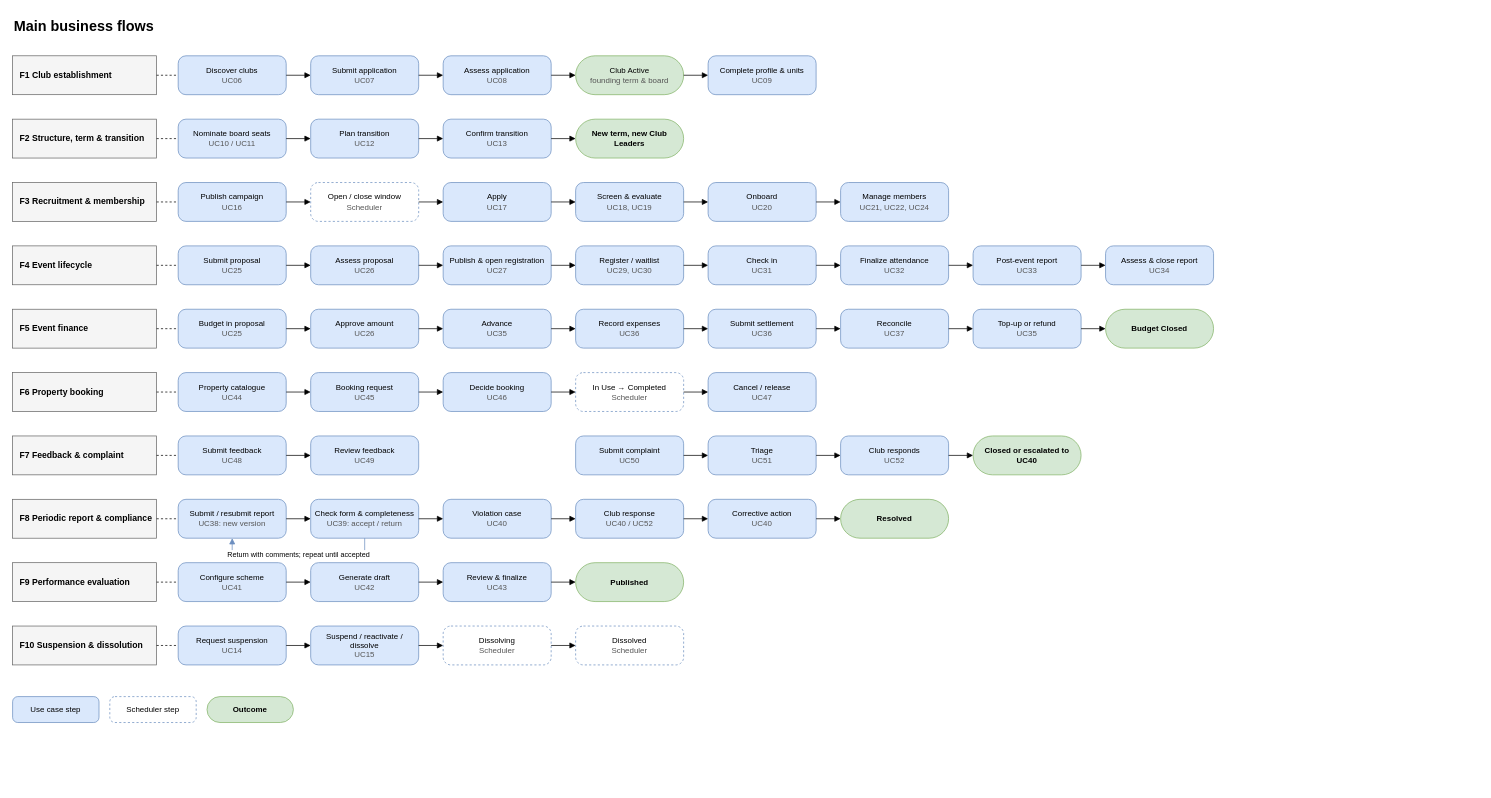
Earlier version of the draw.io diagram page "Main business flows" (2 of 2) of docs/03-diagrams/UCMS_Organization_and_Flows.drawio (nvdekay/ClubManagementSystem). Source tidied: cells renumbered, new cells numbered last; positions are measured from the earlier drawing's top-left corner, leaving out a move shared by most shapes. Both pictures are drawn from the tidied source at 72%, with x=0, y=0 at pixel (12, 12).
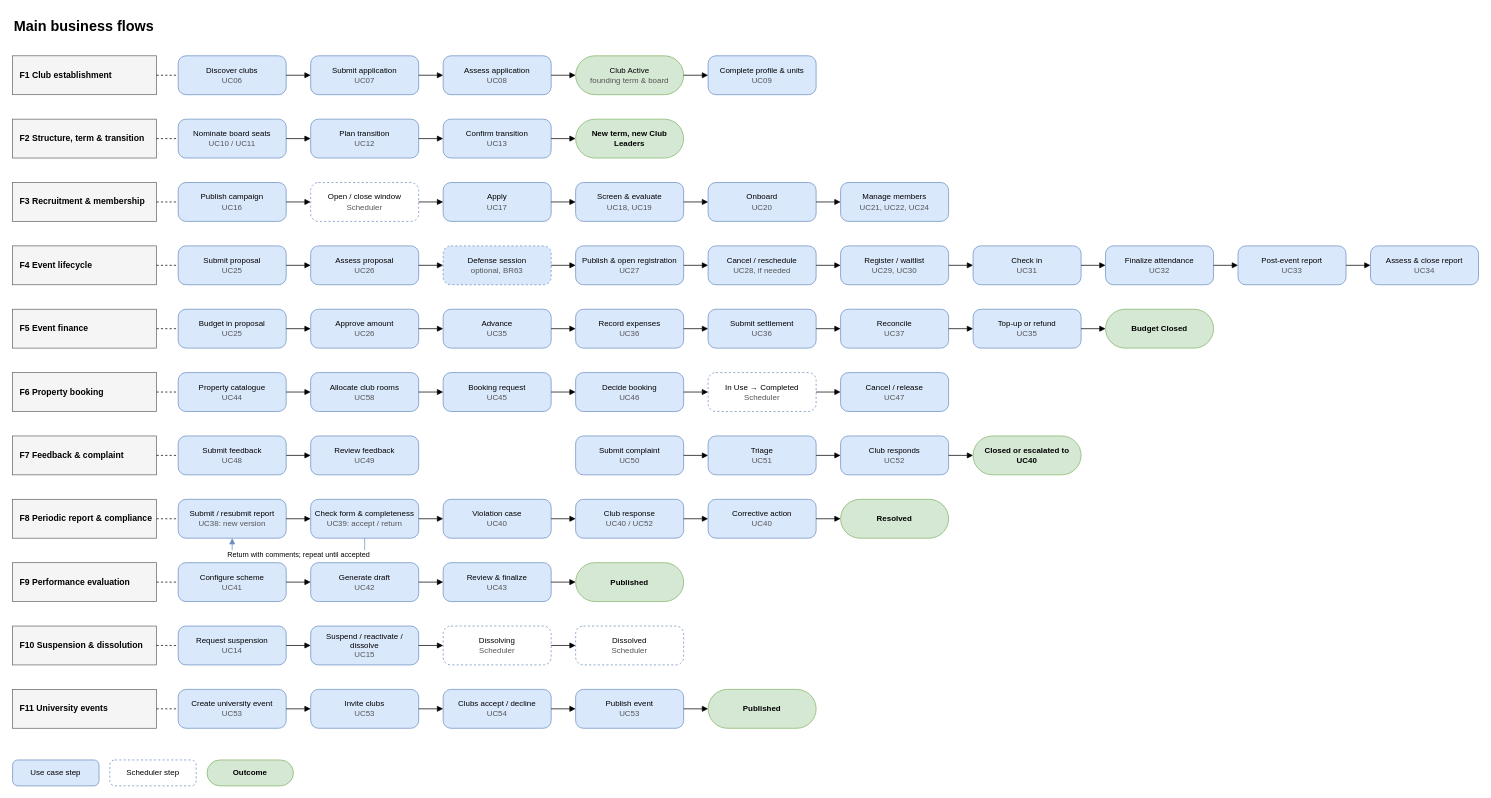
Above is the later version.

Unchanged cells that the change refers to:
```xml
<mxCell id="39" value="Assess proposal&lt;br&gt;&lt;font color=&quot;#555555&quot;&gt;UC26&lt;/font&gt;" style="rounded=1;arcSize=20;whiteSpace=wrap;html=1;fillColor=#dae8fc;strokeColor=#6c8ebf;fontSize=11;" parent="1" vertex="1">
  <mxGeometry x="414" y="324" width="150" height="54" as="geometry" />
</mxCell>
<mxCell id="71" value="Property catalogue&lt;br&gt;&lt;font color=&quot;#555555&quot;&gt;UC44&lt;/font&gt;" style="rounded=1;arcSize=20;whiteSpace=wrap;html=1;fillColor=#dae8fc;strokeColor=#6c8ebf;fontSize=11;" parent="1" vertex="1">
  <mxGeometry x="230" y="500" width="150" height="54" as="geometry" />
</mxCell>
```

What changed in the source:
```diff
@@
     <mxCell id="41" value="Publish &amp; open registration&lt;br&gt;&lt;font color=&quot;#555555&quot;&gt;UC27&lt;/font&gt;" style="rounded=1;arcSize=20;whiteSpace=wrap;html=1;fillColor=#dae8fc;strokeColor=#6c8ebf;fontSize=11;" parent="1" vertex="1">
-      <mxGeometry x="598" y="324" width="150" height="54" as="geometry" />
+      <mxGeometry x="782" y="324" width="150" height="54" as="geometry" />
     </mxCell>
-    <mxCell id="42" style="endArrow=block;endFill=1;html=1;rounded=0;fontSize=11;labelBackgroundColor=#ffffff;" parent="1" edge="1" source="39" target="41">
+    <mxCell id="42" style="endArrow=block;endFill=1;html=1;rounded=0;fontSize=11;labelBackgroundColor=#ffffff;" parent="1" edge="1" source="39" target="128">
       <mxGeometry relative="1" as="geometry" />
     </mxCell>
     <mxCell id="43" value="Register / waitlist&lt;br&gt;&lt;font color=&quot;#555555&quot;&gt;UC29, UC30&lt;/font&gt;" style="rounded=1;arcSize=20;whiteSpace=wrap;html=1;fillColor=#dae8fc;strokeColor=#6c8ebf;fontSize=11;" parent="1" vertex="1">
-      <mxGeometry x="782" y="324" width="150" height="54" as="geometry" />
+      <mxGeometry x="1150" y="324" width="150" height="54" as="geometry" />
     </mxCell>
-    <mxCell id="44" style="endArrow=block;endFill=1;html=1;rounded=0;fontSize=11;labelBackgroundColor=#ffffff;" parent="1" edge="1" source="41" target="43">
+    <mxCell id="44" style="endArrow=block;endFill=1;html=1;rounded=0;fontSize=11;labelBackgroundColor=#ffffff;" parent="1" edge="1" source="41" target="129">
       <mxGeometry relative="1" as="geometry" />
     </mxCell>
     <mxCell id="45" value="Check in&lt;br&gt;&lt;font color=&quot;#555555&quot;&gt;UC31&lt;/font&gt;" style="rounded=1;arcSize=20;whiteSpace=wrap;html=1;fillColor=#dae8fc;strokeColor=#6c8ebf;fontSize=11;" parent="1" vertex="1">
-      <mxGeometry x="966" y="324" width="150" height="54" as="geometry" />
+      <mxGeometry x="1334" y="324" width="150" height="54" as="geometry" />
     </mxCell>
@@
     <mxCell id="47" value="Finalize attendance&lt;br&gt;&lt;font color=&quot;#555555&quot;&gt;UC32&lt;/font&gt;" style="rounded=1;arcSize=20;whiteSpace=wrap;html=1;fillColor=#dae8fc;strokeColor=#6c8ebf;fontSize=11;" parent="1" vertex="1">
-      <mxGeometry x="1150" y="324" width="150" height="54" as="geometry" />
+      <mxGeometry x="1518" y="324" width="150" height="54" as="geometry" />
     </mxCell>
@@
     <mxCell id="49" value="Post-event report&lt;br&gt;&lt;font color=&quot;#555555&quot;&gt;UC33&lt;/font&gt;" style="rounded=1;arcSize=20;whiteSpace=wrap;html=1;fillColor=#dae8fc;strokeColor=#6c8ebf;fontSize=11;" parent="1" vertex="1">
-      <mxGeometry x="1334" y="324" width="150" height="54" as="geometry" />
+      <mxGeometry x="1702" y="324" width="150" height="54" as="geometry" />
     </mxCell>
@@
     <mxCell id="51" value="Assess &amp; close report&lt;br&gt;&lt;font color=&quot;#555555&quot;&gt;UC34&lt;/font&gt;" style="rounded=1;arcSize=20;whiteSpace=wrap;html=1;fillColor=#dae8fc;strokeColor=#6c8ebf;fontSize=11;" parent="1" vertex="1">
-      <mxGeometry x="1518" y="324" width="150" height="54" as="geometry" />
+      <mxGeometry x="1886" y="324" width="150" height="54" as="geometry" />
     </mxCell>
@@
     <mxCell id="73" value="Booking request&lt;br&gt;&lt;font color=&quot;#555555&quot;&gt;UC45&lt;/font&gt;" style="rounded=1;arcSize=20;whiteSpace=wrap;html=1;fillColor=#dae8fc;strokeColor=#6c8ebf;fontSize=11;" parent="1" vertex="1">
-      <mxGeometry x="414" y="500" width="150" height="54" as="geometry" />
+      <mxGeometry x="598" y="500" width="150" height="54" as="geometry" />
     </mxCell>
-    <mxCell id="74" style="endArrow=block;endFill=1;html=1;rounded=0;fontSize=11;labelBackgroundColor=#ffffff;" parent="1" edge="1" source="71" target="73">
+    <mxCell id="74" style="endArrow=block;endFill=1;html=1;rounded=0;fontSize=11;labelBackgroundColor=#ffffff;" parent="1" edge="1" source="71" target="132">
       <mxGeometry relative="1" as="geometry" />
     </mxCell>
     <mxCell id="75" value="Decide booking&lt;br&gt;&lt;font color=&quot;#555555&quot;&gt;UC46&lt;/font&gt;" style="rounded=1;arcSize=20;whiteSpace=wrap;html=1;fillColor=#dae8fc;strokeColor=#6c8ebf;fontSize=11;" parent="1" vertex="1">
-      <mxGeometry x="598" y="500" width="150" height="54" as="geometry" />
+      <mxGeometry x="782" y="500" width="150" height="54" as="geometry" />
     </mxCell>
@@
     <mxCell id="77" value="In Use → Completed&lt;br&gt;&lt;font color=&quot;#555555&quot;&gt;Scheduler&lt;/font&gt;" style="rounded=1;arcSize=20;whiteSpace=wrap;html=1;fillColor=#ffffff;strokeColor=#6c8ebf;dashed=1;fontSize=11;" parent="1" vertex="1">
-      <mxGeometry x="782" y="500" width="150" height="54" as="geometry" />
+      <mxGeometry x="966" y="500" width="150" height="54" as="geometry" />
     </mxCell>
@@
     <mxCell id="79" value="Cancel / release&lt;br&gt;&lt;font color=&quot;#555555&quot;&gt;UC47&lt;/font&gt;" style="rounded=1;arcSize=20;whiteSpace=wrap;html=1;fillColor=#dae8fc;strokeColor=#6c8ebf;fontSize=11;" parent="1" vertex="1">
-      <mxGeometry x="966" y="500" width="150" height="54" as="geometry" />
+      <mxGeometry x="1150" y="500" width="150" height="54" as="geometry" />
     </mxCell>
@@
+    <mxCell id="128" value="Defense session&lt;br&gt;&lt;font color=&quot;#555555&quot;&gt;optional, BR63&lt;/font&gt;" style="rounded=1;arcSize=20;whiteSpace=wrap;html=1;fillColor=#dae8fc;strokeColor=#6c8ebf;fontSize=11;dashed=1;" parent="1" vertex="1">
+      <mxGeometry x="598" y="324" width="150" height="54" as="geometry" />
+    </mxCell>
+    <mxCell id="129" value="Cancel / reschedule&lt;br&gt;&lt;font color=&quot;#555555&quot;&gt;UC28, if needed&lt;/font&gt;" style="rounded=1;arcSize=20;whiteSpace=wrap;html=1;fillColor=#dae8fc;strokeColor=#6c8ebf;fontSize=11;" parent="1" vertex="1">
+      <mxGeometry x="966" y="324" width="150" height="54" as="geometry" />
+    </mxCell>
+    <mxCell id="130" style="endArrow=block;endFill=1;html=1;rounded=0;fontSize=11;labelBackgroundColor=#ffffff;" parent="1" edge="1" source="128" target="41">
+      <mxGeometry relative="1" as="geometry" />
+    </mxCell>
+    <mxCell id="131" style="endArrow=block;endFill=1;html=1;rounded=0;fontSize=11;labelBackgroundColor=#ffffff;" parent="1" edge="1" source="129" target="43">
+      <mxGeometry relative="1" as="geometry" />
+    </mxCell>
+    <mxCell id="132" value="Allocate club rooms&lt;br&gt;&lt;font color=&quot;#555555&quot;&gt;UC58&lt;/font&gt;" style="rounded=1;arcSize=20;whiteSpace=wrap;html=1;fillColor=#dae8fc;strokeColor=#6c8ebf;fontSize=11;" parent="1" vertex="1">
+      <mxGeometry x="414" y="500" width="150" height="54" as="geometry" />
+    </mxCell>
+    <mxCell id="133" style="endArrow=block;endFill=1;html=1;rounded=0;fontSize=11;labelBackgroundColor=#ffffff;" parent="1" edge="1" source="132" target="73">
+      <mxGeometry relative="1" as="geometry" />
+    </mxCell>
+    <mxCell id="134" value="F11 University events" style="rounded=0;whiteSpace=wrap;html=1;fillColor=#f5f5f5;strokeColor=#666666;fontSize=12;fontStyle=1;align=left;spacingLeft=8;" parent="1" vertex="1">
+      <mxGeometry y="940" width="200" height="54" as="geometry" />
+    </mxCell>
+    <mxCell id="135" value="Create university event&lt;br&gt;&lt;font color=&quot;#555555&quot;&gt;UC53&lt;/font&gt;" style="rounded=1;arcSize=20;whiteSpace=wrap;html=1;fillColor=#dae8fc;strokeColor=#6c8ebf;fontSize=11;" parent="1" vertex="1">
+      <mxGeometry x="230" y="940" width="150" height="54" as="geometry" />
+    </mxCell>
+    <mxCell id="136" style="endArrow=block;endFill=1;html=1;rounded=0;fontSize=11;labelBackgroundColor=#ffffff;endArrow=none;dashed=1;" parent="1" edge="1" source="134" target="135">
+      <mxGeometry relative="1" as="geometry" />
+    </mxCell>
+    <mxCell id="137" value="Invite clubs&lt;br&gt;&lt;font color=&quot;#555555&quot;&gt;UC53&lt;/font&gt;" style="rounded=1;arcSize=20;whiteSpace=wrap;html=1;fillColor=#dae8fc;strokeColor=#6c8ebf;fontSize=11;" parent="1" vertex="1">
+      <mxGeometry x="414" y="940" width="150" height="54" as="geometry" />
+    </mxCell>
+    <mxCell id="138" style="endArrow=block;endFill=1;html=1;rounded=0;fontSize=11;labelBackgroundColor=#ffffff;" parent="1" edge="1" source="135" target="137">
+      <mxGeometry relative="1" as="geometry" />
+    </mxCell>
+    <mxCell id="139" value="Clubs accept / decline&lt;br&gt;&lt;font color=&quot;#555555&quot;&gt;UC54&lt;/font&gt;" style="rounded=1;arcSize=20;whiteSpace=wrap;html=1;fillColor=#dae8fc;strokeColor=#6c8ebf;fontSize=11;" parent="1" vertex="1">
+      <mxGeometry x="598" y="940" width="150" height="54" as="geometry" />
+    </mxCell>
+    <mxCell id="140" style="endArrow=block;endFill=1;html=1;rounded=0;fontSize=11;labelBackgroundColor=#ffffff;" parent="1" edge="1" source="137" target="139">
+      <mxGeometry relative="1" as="geometry" />
+    </mxCell>
+    <mxCell id="141" value="Publish event&lt;br&gt;&lt;font color=&quot;#555555&quot;&gt;UC53&lt;/font&gt;" style="rounded=1;arcSize=20;whiteSpace=wrap;html=1;fillColor=#dae8fc;strokeColor=#6c8ebf;fontSize=11;" parent="1" vertex="1">
+      <mxGeometry x="782" y="940" width="150" height="54" as="geometry" />
+    </mxCell>
+    <mxCell id="142" style="endArrow=block;endFill=1;html=1;rounded=0;fontSize=11;labelBackgroundColor=#ffffff;" parent="1" edge="1" source="139" target="141">
+      <mxGeometry relative="1" as="geometry" />
+    </mxCell>
+    <mxCell id="143" value="Published" style="rounded=1;arcSize=50;whiteSpace=wrap;html=1;fillColor=#d5e8d4;strokeColor=#82b366;fontSize=11;fontStyle=1;" parent="1" vertex="1">
+      <mxGeometry x="966" y="940" width="150" height="54" as="geometry" />
+    </mxCell>
+    <mxCell id="144" style="endArrow=block;endFill=1;html=1;rounded=0;fontSize=11;labelBackgroundColor=#ffffff;" parent="1" edge="1" source="141" target="143">
+      <mxGeometry relative="1" as="geometry" />
+    </mxCell>
     <mxCell id="124" value="Use case step" style="rounded=1;arcSize=20;whiteSpace=wrap;html=1;fillColor=#dae8fc;strokeColor=#6c8ebf;fontSize=11;" parent="1" vertex="1">
-      <mxGeometry y="950" width="120" height="36" as="geometry" />
+      <mxGeometry y="1038" width="120" height="36" as="geometry" />
     </mxCell>
     <mxCell id="125" value="Scheduler step" style="rounded=1;arcSize=20;whiteSpace=wrap;html=1;fillColor=#ffffff;strokeColor=#6c8ebf;dashed=1;fontSize=11;" parent="1" vertex="1">
-      <mxGeometry x="135" y="950" width="120" height="36" as="geometry" />
+      <mxGeometry x="135" y="1038" width="120" height="36" as="geometry" />
     </mxCell>
     <mxCell id="126" value="Outcome" style="rounded=1;arcSize=50;whiteSpace=wrap;html=1;fillColor=#d5e8d4;strokeColor=#82b366;fontSize=11;fontStyle=1;" parent="1" vertex="1">
-      <mxGeometry x="270" y="950" width="120" height="36" as="geometry" />
+      <mxGeometry x="270" y="1038" width="120" height="36" as="geometry" />
     </mxCell>
```
